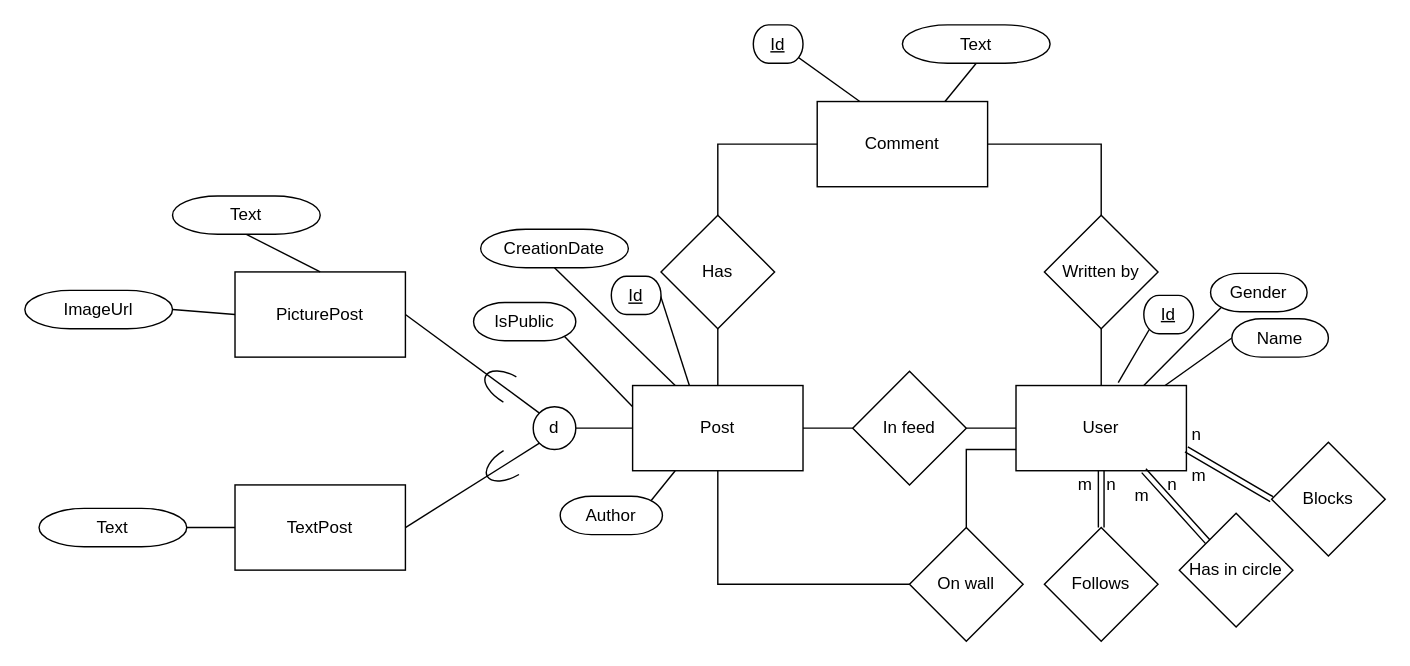
Earlier version of the draw.io diagram SocialMediaChen.drawio (akblabla/SocialNetworkGruppe8). Source tidied: cells renumbered, new cells numbered last; positions are measured from the earlier drawing's top-left corner, leaving out a move shared by most shapes. Both pictures are drawn from the tidied source at 142%, with x=0, y=0 at pixel (24, 24).
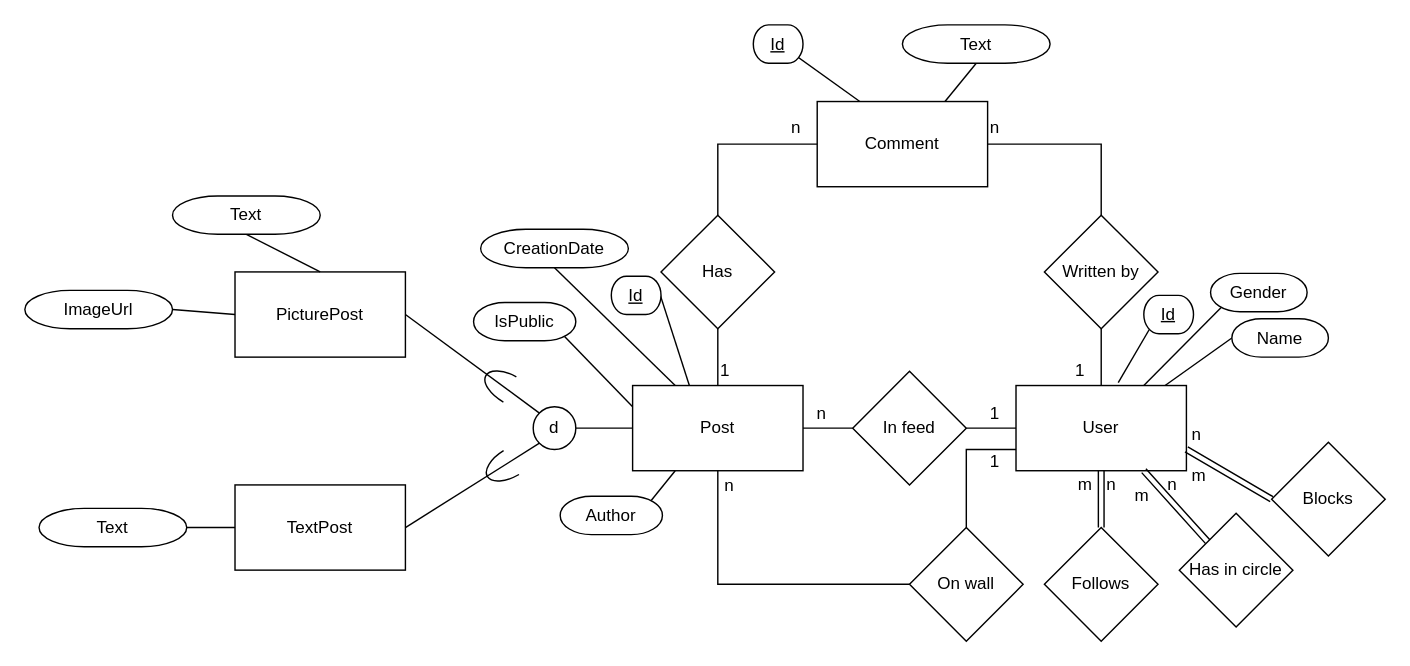
The same page after the edit.

The edit, as a diff of the source:
```diff
@@
+    <mxCell id="61" value="n" style="text;html=1;align=left;verticalAlign=top;spacingTop=-4;" parent="1" vertex="1">
+      <mxGeometry x="491" y="315" width="20" height="20" as="geometry" />
+    </mxCell>
+    <mxCell id="62" value="1" style="text;html=1;align=left;verticalAlign=top;spacingTop=-4;" parent="1" vertex="1">
+      <mxGeometry x="678" y="298" width="20" height="20" as="geometry" />
+    </mxCell>
+    <mxCell id="63" value="1" style="text;html=1;align=left;verticalAlign=top;spacingTop=-4;" parent="1" vertex="1">
+      <mxGeometry x="678" y="264" width="20" height="20" as="geometry" />
+    </mxCell>
+    <mxCell id="64" value="n" style="text;html=1;align=left;verticalAlign=top;spacingTop=-4;" parent="1" vertex="1">
+      <mxGeometry x="555.5" y="264" width="20" height="20" as="geometry" />
+    </mxCell>
+    <mxCell id="65" value="1" style="text;html=1;align=left;verticalAlign=top;spacingTop=-4;" parent="1" vertex="1">
+      <mxGeometry x="738" y="234" width="20" height="20" as="geometry" />
+    </mxCell>
+    <mxCell id="66" value="n" style="text;html=1;align=left;verticalAlign=top;spacingTop=-4;" parent="1" vertex="1">
+      <mxGeometry x="678" y="63" width="20" height="20" as="geometry" />
+    </mxCell>
+    <mxCell id="67" value="1" style="text;html=1;align=left;verticalAlign=top;spacingTop=-4;" parent="1" vertex="1">
+      <mxGeometry x="488" y="234" width="20" height="20" as="geometry" />
+    </mxCell>
+    <mxCell id="68" value="n" style="text;html=1;align=left;verticalAlign=top;spacingTop=-4;" parent="1" vertex="1">
+      <mxGeometry x="538" y="63" width="20" height="20" as="geometry" />
+    </mxCell>
```
